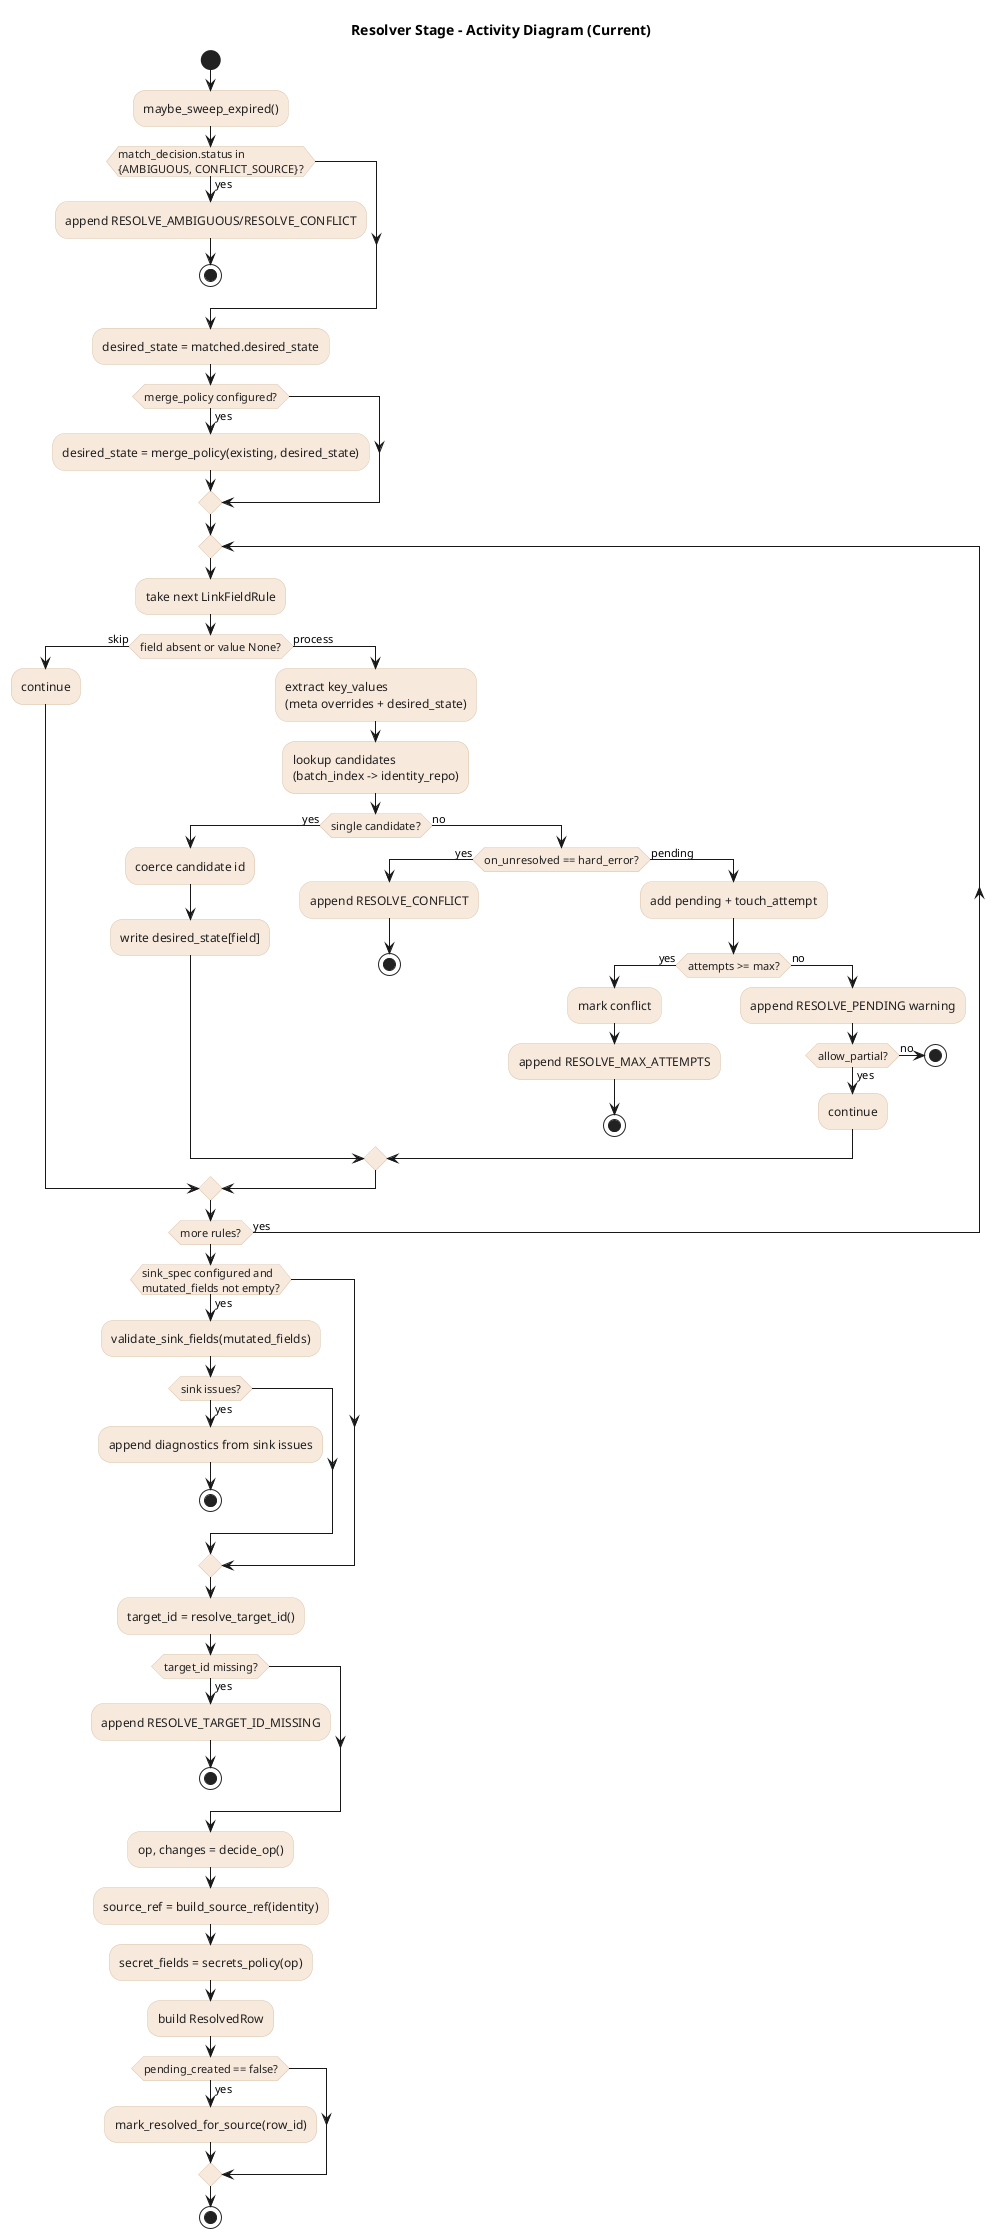
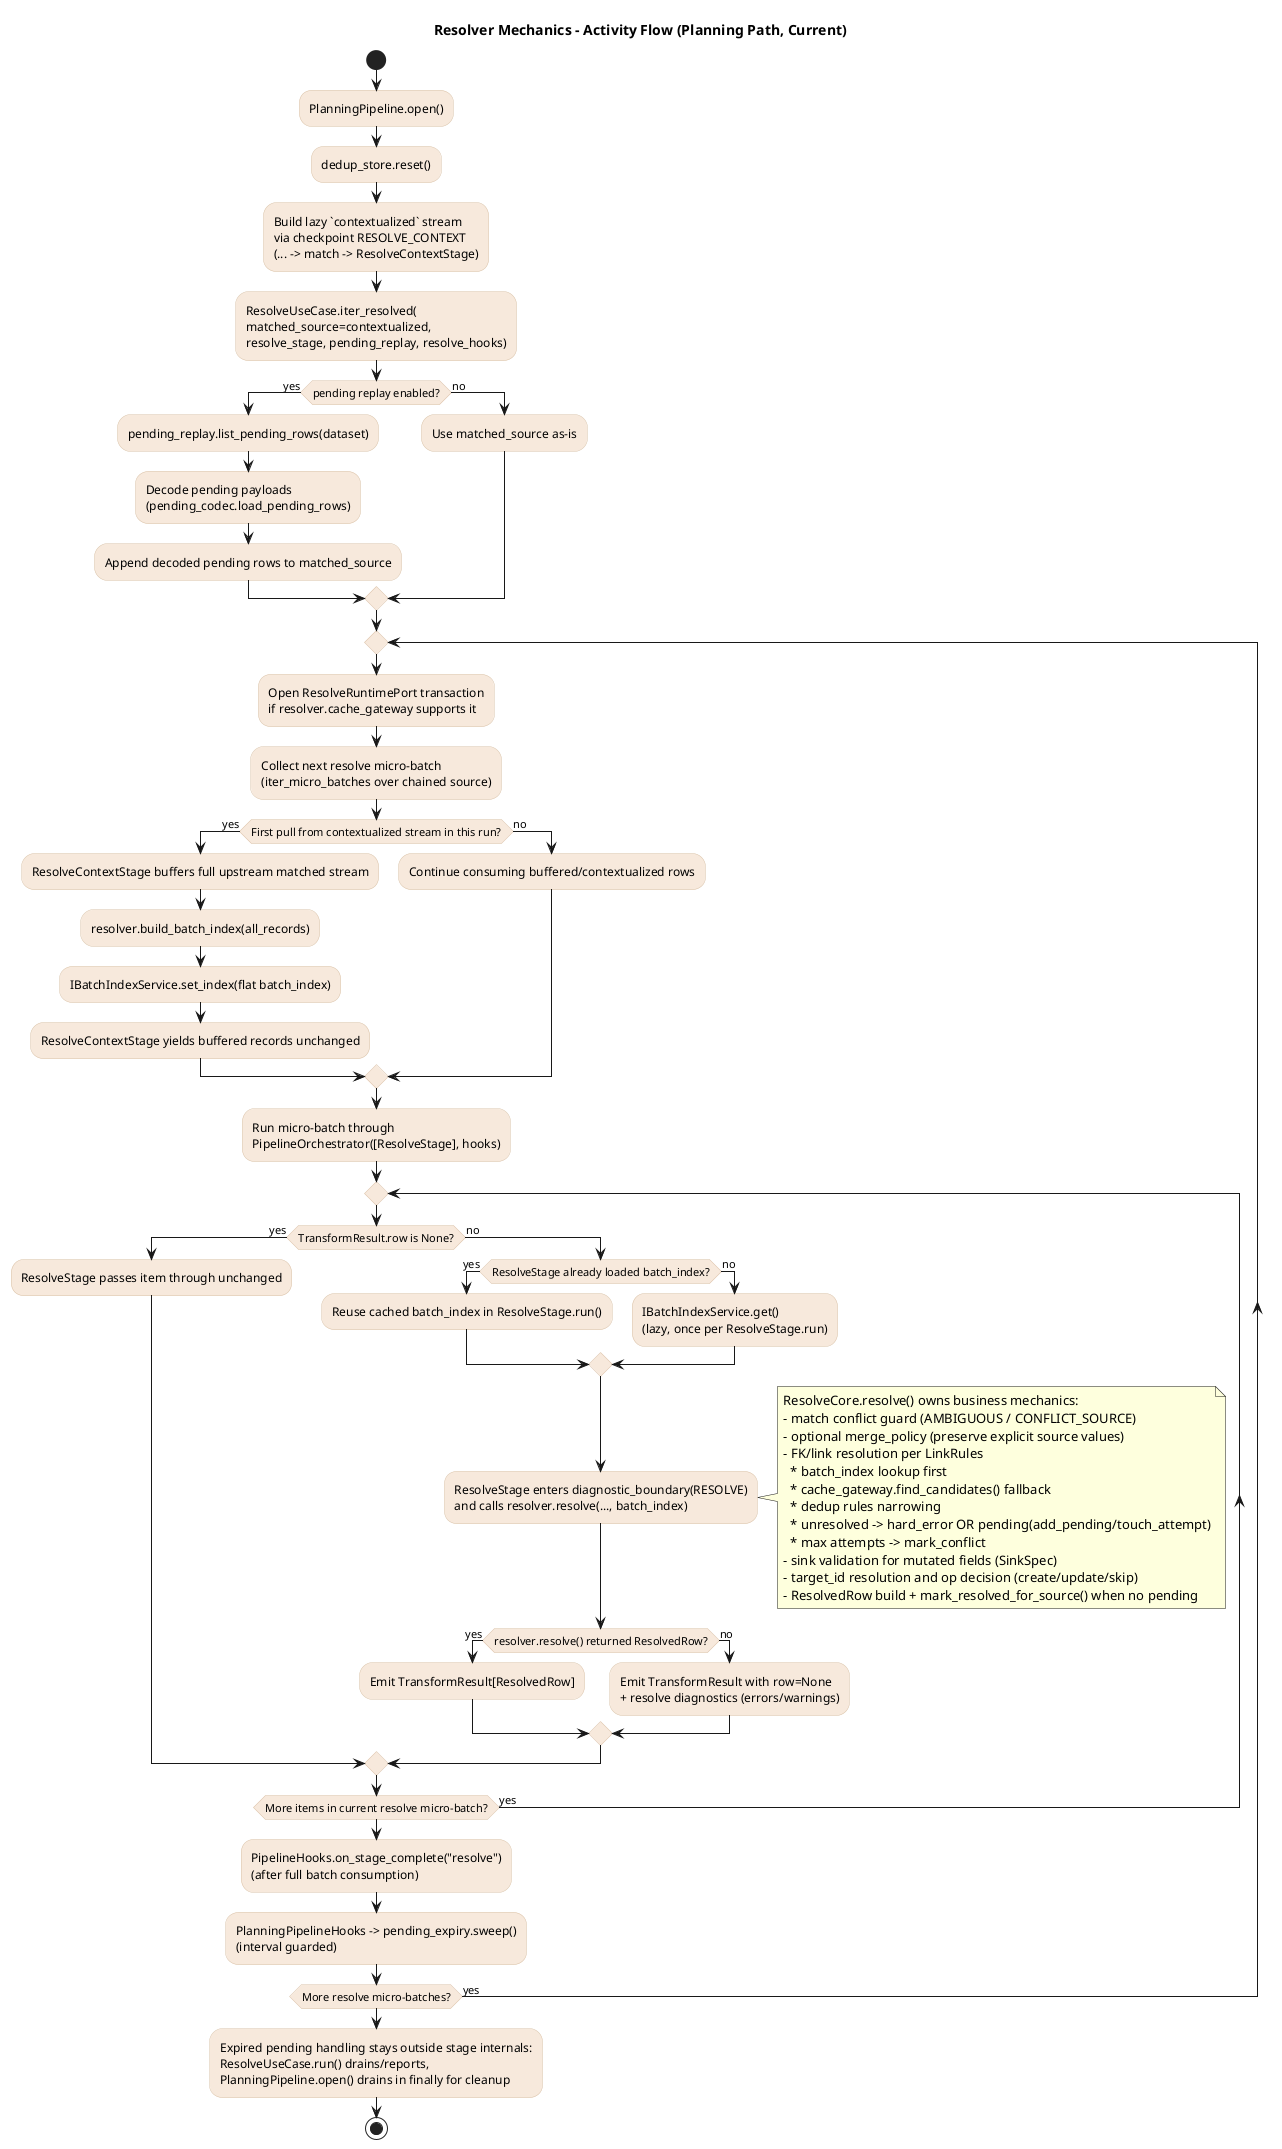
@startuml
- title Resolver Stage - Activity Diagram (Current)
+ title Resolver Mechanics - Activity Flow (Planning Path, Current)
skinparam backgroundColor white
skinparam linetype ortho
skinparam defaultFontName Arial
skinparam activity {
  BackgroundColor #f7e9dc
  BorderColor #d9c2a8
-   FontColor #1f1f1f
}

start
- :maybe_sweep_expired();
+ :PlanningPipeline.open();
+ :dedup_store.reset();
+ :Build lazy `contextualized` stream\nvia checkpoint RESOLVE_CONTEXT\n(... -> match -> ResolveContextStage);
+ :ResolveUseCase.iter_resolved(\nmatched_source=contextualized,\nresolve_stage, pending_replay, resolve_hooks);

- if (match_decision.status in\n{AMBIGUOUS, CONFLICT_SOURCE}?) then (yes)
-   :append RESOLVE_AMBIGUOUS/RESOLVE_CONFLICT;
-   stop
- endif
- 
- :desired_state = matched.desired_state;
- if (merge_policy configured?) then (yes)
-   :desired_state = merge_policy(existing, desired_state);
+ if (pending replay enabled?) then (yes)
+   :pending_replay.list_pending_rows(dataset);
+   :Decode pending payloads\n(pending_codec.load_pending_rows);
+   :Append decoded pending rows to matched_source;
+ else (no)
+   :Use matched_source as-is;
endif

repeat
-   :take next LinkFieldRule;
-   if (field absent or value None?) then (skip)
-     :continue;
-   else (process)
-     :extract key_values\n(meta overrides + desired_state);
-     :lookup candidates\n(batch_index -> identity_repo);
-     if (single candidate?) then (yes)
-       :coerce candidate id;
-       :write desired_state[field];
+   :Open ResolveRuntimePort transaction\nif resolver.cache_gateway supports it;
+   :Collect next resolve micro-batch\n(iter_micro_batches over chained source);
+ 
+   if (First pull from contextualized stream in this run?) then (yes)
+     :ResolveContextStage buffers full upstream matched stream;
+     :resolver.build_batch_index(all_records);
+     :IBatchIndexService.set_index(flat batch_index);
+     :ResolveContextStage yields buffered records unchanged;
+   else (no)
+     :Continue consuming buffered/contextualized rows;
+   endif
+ 
+   :Run micro-batch through\nPipelineOrchestrator([ResolveStage], hooks);
+ 
+   repeat
+     if (TransformResult.row is None?) then (yes)
+       :ResolveStage passes item through unchanged;
    else (no)
-       if (on_unresolved == hard_error?) then (yes)
-         :append RESOLVE_CONFLICT;
-         stop
-       else (pending)
-         :add pending + touch_attempt;
-         if (attempts >= max?) then (yes)
-           :mark conflict;
-           :append RESOLVE_MAX_ATTEMPTS;
-           stop
-         else (no)
-           :append RESOLVE_PENDING warning;
-           if (allow_partial?) then (yes)
-             :continue;
-           else (no)
-             stop
-           endif
-         endif
+       if (ResolveStage already loaded batch_index?) then (yes)
+         :Reuse cached batch_index in ResolveStage.run();
+       else (no)
+         :IBatchIndexService.get()\n(lazy, once per ResolveStage.run);
+       endif
+ 
+       :ResolveStage enters diagnostic_boundary(RESOLVE)\nand calls resolver.resolve(..., batch_index);
+       note right
+         ResolveCore.resolve() owns business mechanics:
+         - match conflict guard (AMBIGUOUS / CONFLICT_SOURCE)
+         - optional merge_policy (preserve explicit source values)
+         - FK/link resolution per LinkRules
+           * batch_index lookup first
+           * cache_gateway.find_candidates() fallback
+           * dedup rules narrowing
+           * unresolved -> hard_error OR pending(add_pending/touch_attempt)
+           * max attempts -> mark_conflict
+         - sink validation for mutated fields (SinkSpec)
+         - target_id resolution and op decision (create/update/skip)
+         - ResolvedRow build + mark_resolved_for_source() when no pending
+       end note
+ 
+       if (resolver.resolve() returned ResolvedRow?) then (yes)
+         :Emit TransformResult[ResolvedRow];
+       else (no)
+         :Emit TransformResult with row=None\n+ resolve diagnostics (errors/warnings);
      endif
    endif
-   endif
- repeat while (more rules?) is (yes)
+   repeat while (More items in current resolve micro-batch?) is (yes)

- if (sink_spec configured and\nmutated_fields not empty?) then (yes)
-   :validate_sink_fields(mutated_fields);
-   if (sink issues?) then (yes)
-     :append diagnostics from sink issues;
-     stop
-   endif
- endif
+   :PipelineHooks.on_stage_complete("resolve")\n(after full batch consumption);
+   :PlanningPipelineHooks -> pending_expiry.sweep()\n(interval guarded);
+ repeat while (More resolve micro-batches?) is (yes)

- :target_id = resolve_target_id();
- if (target_id missing?) then (yes)
-   :append RESOLVE_TARGET_ID_MISSING;
-   stop
- endif
- 
- :op, changes = decide_op();
- :source_ref = build_source_ref(identity);
- :secret_fields = secrets_policy(op);
- :build ResolvedRow;
- if (pending_created == false?) then (yes)
-   :mark_resolved_for_source(row_id);
- endif
+ :Expired pending handling stays outside stage internals:\nResolveUseCase.run() drains/reports,\nPlanningPipeline.open() drains in finally for cleanup;
stop

@enduml
